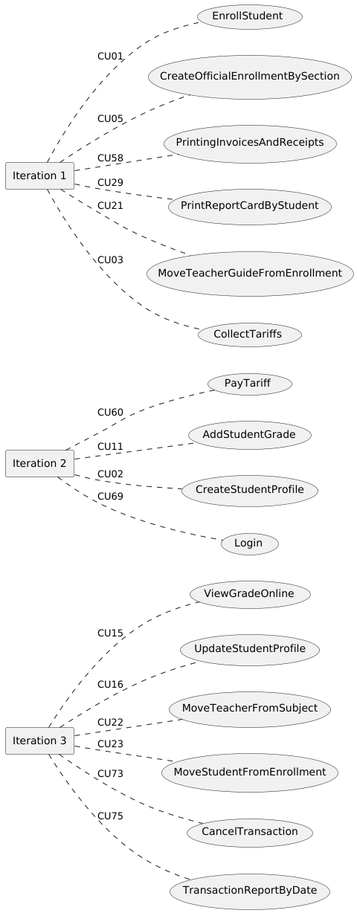
The PlantUML diagram out/UseCaseView/Prioritization.png in wsmcbl/wsmcbl.doc, before a commit.
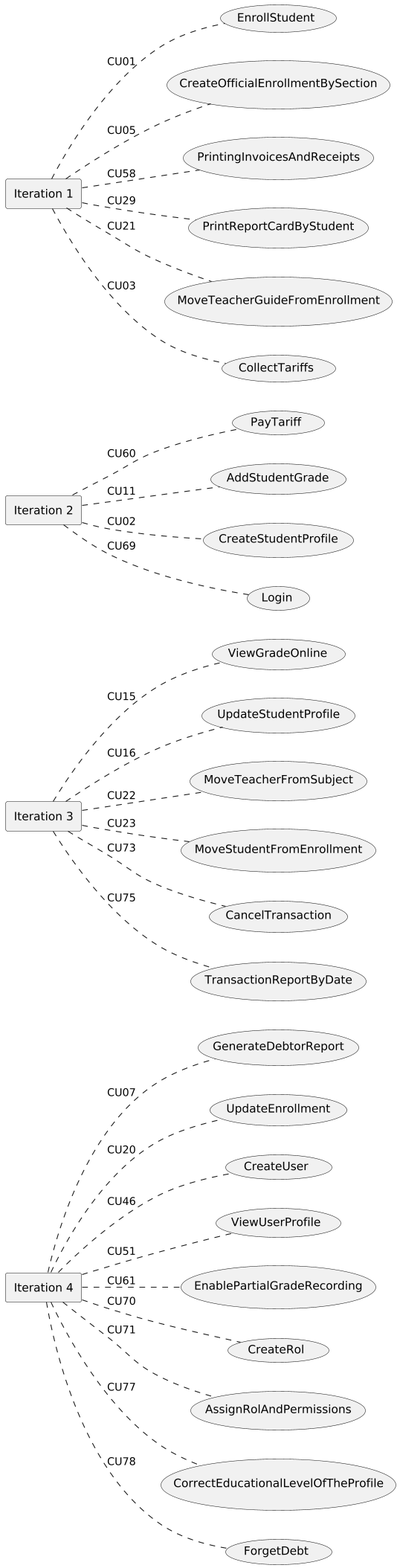
After the commit.

Change to the diagram source:
```diff
@@ -1,5 +1,29 @@
 @startuml
 left to right direction
+
+rectangle "Iteration 4" as Iteration4
+
+usecase CU07 as "GenerateDebtorReport"
+usecase CU20 as "UpdateEnrollment"
+usecase CU46 as "CreateUser"
+usecase CU51 as "ViewUserProfile"
+usecase CU61 as "EnablePartialGradeRecording"
+usecase CU70 as "CreateRol"
+usecase CU71 as "AssignRolAndPermissions"
+usecase CU77 as "CorrectEducationalLevelOfTheProfile"
+usecase CU78 as "ForgetDebt"
+
+Iteration4 .. CU07 : CU07
+Iteration4 .. CU20 : CU20
+Iteration4 .. CU46 : CU46
+Iteration4 .. CU51 : CU51
+Iteration4 .. CU61 : CU61
+Iteration4 .. CU70 : CU70
+Iteration4 .. CU71 : CU71
+Iteration4 .. CU77 : CU77
+Iteration4 .. CU78 : CU78
+
+
 
 rectangle "Iteration 3" as Iteration3
 
```
